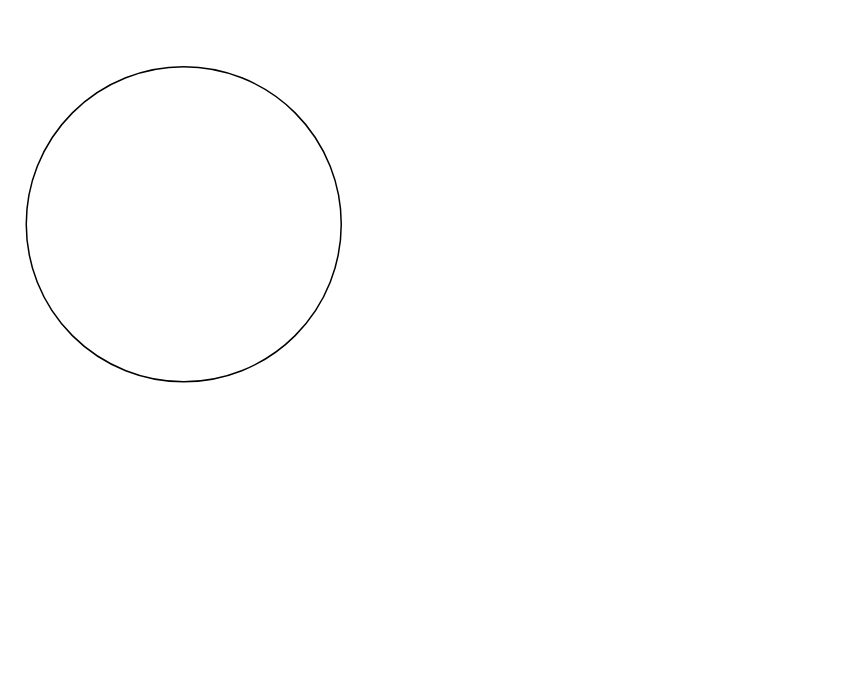
Earlier version of the draw.io diagram use_case_diagram.drawio (maclewan/DzikBook). Source tidied: cells renumbered, new cells numbered last; positions are measured from the earlier drawing's top-left corner, leaving out a move shared by most shapes. Both pictures are drawn from the tidied source at 150%, with x=0, y=0 at pixel (26, 66).
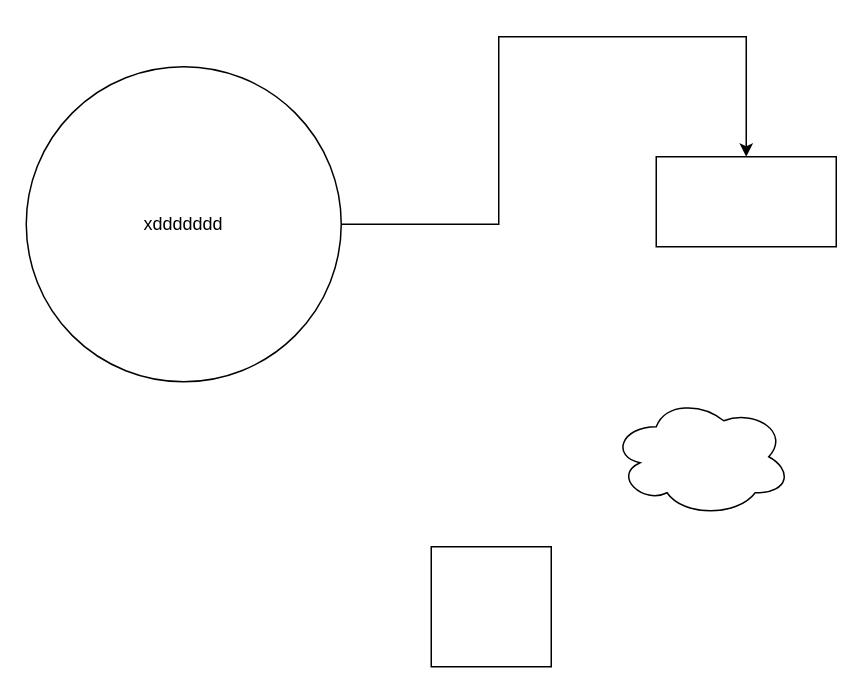
Above is the later version.

Change to the diagram source:
```diff
@@
 <mxGraphModel>
   <root>
     <mxCell id="0" />
     <mxCell id="1" parent="0" />
+    <mxCell id="3" style="edgeStyle=orthogonalEdgeStyle;rounded=0;jettySize=auto;html=1;entryX=0.5;entryY=0;entryDx=0;entryDy=0;" parent="1" edge="1" source="2" target="5">
+      <mxGeometry relative="1" as="geometry" />
+    </mxCell>
-    <mxCell id="2" style="ellipse;whiteSpace=wrap;html=1;" parent="1" vertex="1">
+    <mxCell id="2" value="xddddddd" style="ellipse;whiteSpace=wrap;html=1;" parent="1" vertex="1">
       <mxGeometry width="210" height="210" as="geometry" />
     </mxCell>
+    <mxCell id="4" style="whiteSpace=wrap;html=1;" parent="1" vertex="1">
+      <mxGeometry x="270" y="320" width="80" height="80" as="geometry" />
+    </mxCell>
+    <mxCell id="5" style="rounded=0;whiteSpace=wrap;html=1;" parent="1" vertex="1">
+      <mxGeometry x="420" y="60" width="120" height="60" as="geometry" />
+    </mxCell>
+    <mxCell id="6" style="ellipse;shape=cloud;whiteSpace=wrap;html=1;" parent="1" vertex="1">
+      <mxGeometry x="390" y="220" width="120" height="80" as="geometry" />
+    </mxCell>
   </root>
 </mxGraphModel>
```
